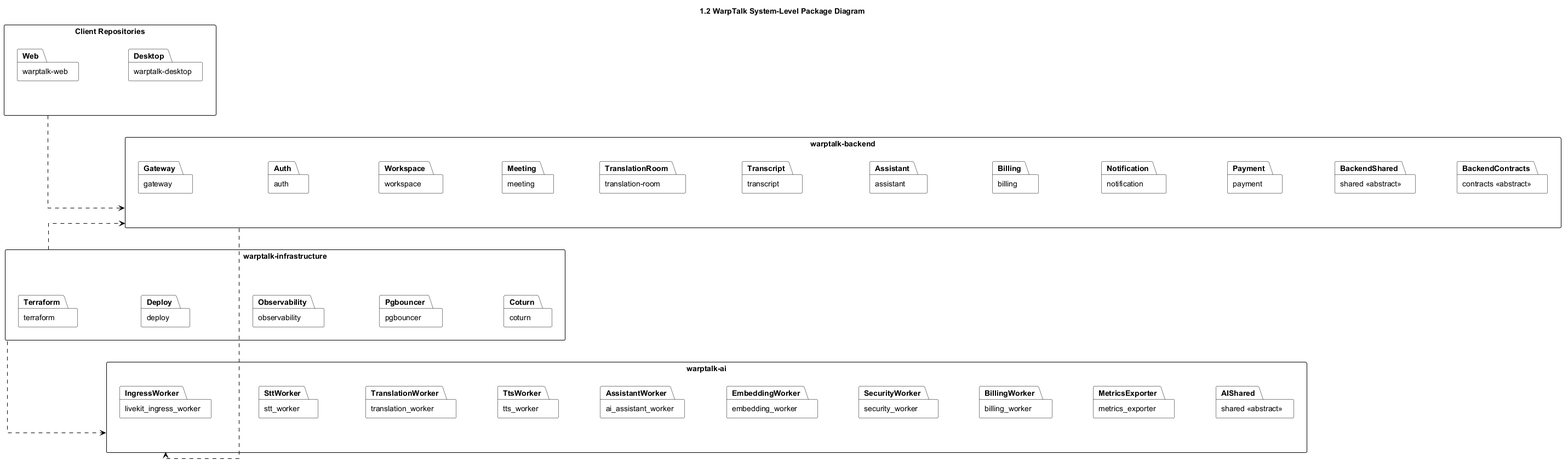
Earlier version of the PlantUML export .agents/resources/package diagram/warptalk-package-diagram.png (WarpTalk-CapstoneProject/warptalk-backend). Its source is kept beside it as .agents/resources/package diagram/warptalk-package-diagram.puml.
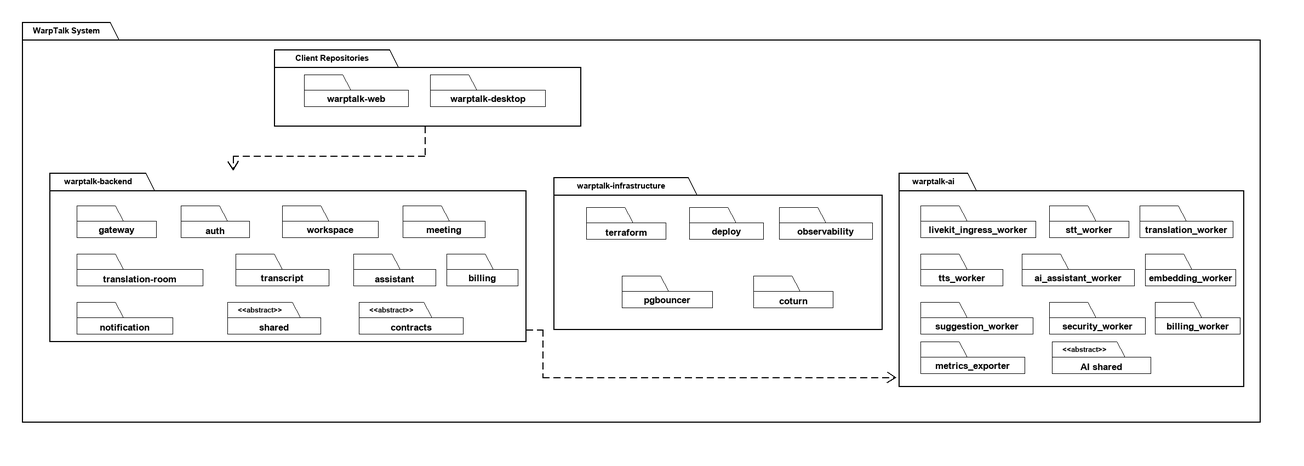
After the change.

The edit, as a diff of the source:
```diff
@@ -1,97 +1,103 @@
 @startuml
-title 1.2 WarpTalk System-Level Package Diagram
 
-left to right direction
+top to bottom direction
 hide circle
 hide empty members
 
 skinparam monochrome true
 skinparam shadowing false
 skinparam linetype ortho
-skinparam nodesep 55
-skinparam ranksep 75
+skinparam nodesep 30
+skinparam ranksep 40
 skinparam ArrowFontSize 11
 skinparam packageStyle rectangle
 skinparam packageBackgroundColor White
 skinparam packageBorderColor Black
 skinparam ArrowColor Black
 
-package "Client Repositories" as ClientRepos {
-  package "warptalk-web" as Web
-  package "warptalk-desktop" as Desktop
+package "WarpTalk System" as WarpTalkSystem {
+  package "Client Repositories" as ClientRepos {
+    package "warptalk-web"
+    package "warptalk-desktop"
 
-  Web -[hidden]down- Desktop
-}
+    "warptalk-web" -[hidden]right- "warptalk-desktop"
+  }
 
-package "warptalk-backend" as Backend {
-  package "gateway" as Gateway
-  package "auth" as Auth
-  package "workspace" as Workspace
-  package "meeting" as Meeting
-  package "translation-room" as TranslationRoom
-  package "transcript" as Transcript
-  package "assistant" as Assistant
-  package "billing" as Billing
-  package "notification" as Notification
-  package "payment" as Payment
-  package "shared <<abstract>>" as BackendShared
-  package "contracts <<abstract>>" as BackendContracts
+  package "warptalk-backend" as Backend {
+    package "gateway"
+    package "auth"
+    package "workspace"
+    package "meeting"
+    package "translation-room"
+    package "transcript"
+    package "assistant"
+    package "billing"
+    package "notification"
+    package "shared <<abstract>>"
+    package "contracts <<abstract>>"
 
-  Gateway -[hidden]down- Auth
-  Auth -[hidden]down- Workspace
-  Workspace -[hidden]down- Meeting
-  Meeting -[hidden]down- TranslationRoom
-  TranslationRoom -[hidden]down- Transcript
-  Transcript -[hidden]down- Assistant
-  Assistant -[hidden]down- Billing
-  Billing -[hidden]down- Notification
-  Notification -[hidden]down- Payment
-  Payment -[hidden]down- BackendShared
-  BackendShared -[hidden]down- BackendContracts
-}
+    "gateway" -[hidden]right- "auth"
+    "auth" -[hidden]right- "workspace"
+    "workspace" -[hidden]right- "meeting"
 
-package "warptalk-ai" as AIRuntime {
-  package "livekit_ingress_worker" as IngressWorker
-  package "stt_worker" as SttWorker
-  package "translation_worker" as TranslationWorker
-  package "tts_worker" as TtsWorker
-  package "ai_assistant_worker" as AssistantWorker
-  package "embedding_worker" as EmbeddingWorker
-  package "security_worker" as SecurityWorker
-  package "billing_worker" as BillingWorker
-  package "metrics_exporter" as MetricsExporter
-  package "shared <<abstract>>" as AIShared
+    "gateway" -[hidden]down- "translation-room"
+    "translation-room" -[hidden]right- "transcript"
+    "transcript" -[hidden]right- "assistant"
+    "assistant" -[hidden]right- "billing"
 
-  IngressWorker -[hidden]down- SttWorker
-  SttWorker -[hidden]down- TranslationWorker
-  TranslationWorker -[hidden]down- TtsWorker
-  TtsWorker -[hidden]down- AssistantWorker
-  AssistantWorker -[hidden]down- EmbeddingWorker
-  EmbeddingWorker -[hidden]down- SecurityWorker
-  SecurityWorker -[hidden]down- BillingWorker
-  BillingWorker -[hidden]down- MetricsExporter
-  MetricsExporter -[hidden]down- AIShared
-}
+    "translation-room" -[hidden]down- "notification"
+    "notification" -[hidden]right- "shared <<abstract>>"
+    "shared <<abstract>>" -[hidden]right- "contracts <<abstract>>"
+  }
 
-package "warptalk-infrastructure" as Infrastructure {
-  package "terraform" as Terraform
-  package "deploy" as Deploy
-  package "observability" as Observability
-  package "pgbouncer" as Pgbouncer
-  package "coturn" as Coturn
+  package "warptalk-ai" as AIRuntime {
+    package "livekit_ingress_worker"
+    package "stt_worker"
+    package "translation_worker"
+    package "tts_worker"
+    package "ai_assistant_worker"
+    package "embedding_worker"
+    package "suggestion_worker"
+    package "security_worker"
+    package "billing_worker"
+    package "metrics_exporter"
+    package "AI shared <<abstract>>"
 
-  Terraform -[hidden]down- Deploy
-  Deploy -[hidden]down- Observability
-  Observability -[hidden]down- Pgbouncer
-  Pgbouncer -[hidden]down- Coturn
+    "livekit_ingress_worker" -[hidden]right- "stt_worker"
+    "stt_worker" -[hidden]right- "translation_worker"
+
+    "livekit_ingress_worker" -[hidden]down- "tts_worker"
+    "tts_worker" -[hidden]right- "ai_assistant_worker"
+    "ai_assistant_worker" -[hidden]right- "embedding_worker"
+
+    "tts_worker" -[hidden]down- "suggestion_worker"
+    "suggestion_worker" -[hidden]right- "security_worker"
+    "security_worker" -[hidden]right- "billing_worker"
+    "billing_worker" -[hidden]right- "metrics_exporter"
+    "metrics_exporter" -[hidden]right- "AI shared <<abstract>>"
+  }
+
+  package "warptalk-infrastructure" as Infrastructure {
+    package "terraform"
+    package "deploy"
+    package "observability"
+    package "pgbouncer"
+    package "coturn"
+
+    "terraform" -[hidden]right- "deploy"
+    "deploy" -[hidden]right- "observability"
+    "observability" -[hidden]right- "pgbouncer"
+    "pgbouncer" -[hidden]right- "coturn"
+  }
+
 }
 
 ClientRepos ..> Backend
 Backend ..> AIRuntime
-Infrastructure ..> Backend
-Infrastructure ..> AIRuntime
 
 ClientRepos -[hidden]right- Backend
-Backend -[hidden]right- AIRuntime
+ClientRepos -[hidden]down- AIRuntime
+Backend -[hidden]down- Infrastructure
 AIRuntime -[hidden]right- Infrastructure
+
 @enduml
```
